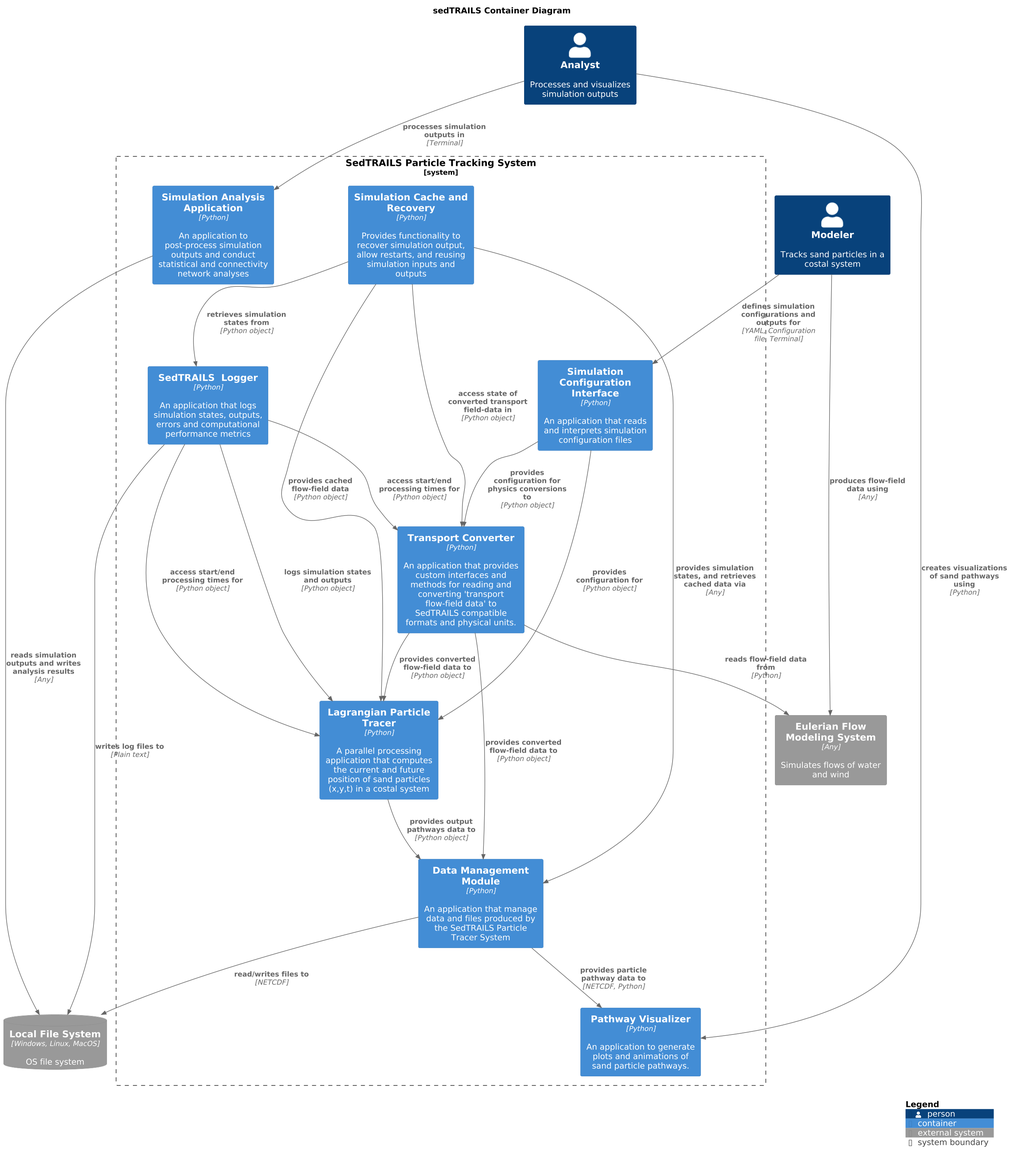
Above: docs/_static/img/architecture/SedtrailContainer.png in sgpearson17/sedtrails-sgp (PlantUML), before the change.
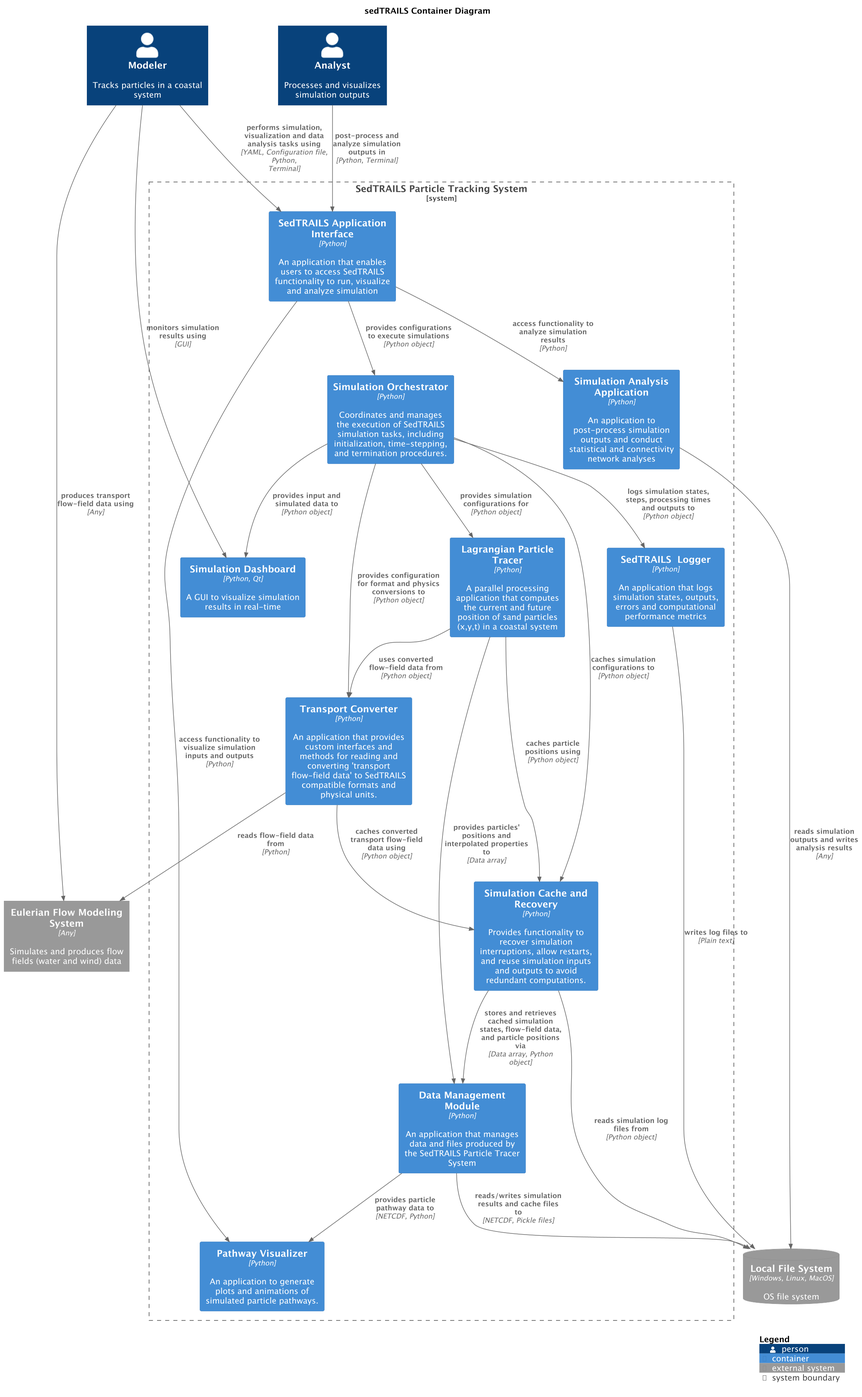
The same diagram one commit later.

What changed in the source:
```diff
@@ -4,47 +4,48 @@
 title sedTRAILS Container Diagram
 scale 1.5
 
-Person(modeler, "Modeler", "Tracks sand particles in a costal system")
+Person(modeler, "Modeler", "Tracks particles in a coastal system")
 Person(analyst, "Analyst", "Processes and visualizes simulation outputs")
 
 System_Boundary(sedtrailsSystem, "SedTRAILS Particle Tracking System"){
-    Container(sedtrailsTracer, "Lagrangian Particle Tracer", "Python", "A parallel processing application that computes the current and future position of sand particles (x,y,t) in a costal system")
-    Container(configInterface, "Simulation Configuration Interface", "Python", "An application that reads and interprets simulation configuration files")
+    Container(sedtrailsTracer, "Lagrangian Particle Tracer", "Python", "A parallel processing application that computes the current and future position of sand particles (x,y,t) in a coastal system")
+    Container(simOrchestrator, "Simulation Orchestrator", "Python", "Coordinates and manages the execution of SedTRAILS simulation tasks, including initialization, time-stepping, and termination procedures.")
+    Container(simulationDashboard, "Simulation Dashboard", "Python, Qt", "A GUI to visualize simulation results in real-time")
+    Container(sedtrailsInterface, "SedTRAILS Application Interface", "Python", "An application that enables users to access SedTRAILS functionality to run, visualize and analyze simulation")
     Container(sedtrailsLogger, "SedTRAILS  Logger", "Python", "An application that logs simulation states, outputs, errors and computational performance metrics")
     Container(transportConverter, "Transport Converter", "Python", "An application that provides custom interfaces and methods for reading and converting 'transport flow-field data' to SedTRAILS compatible formats and physical units.")
-    Container(pathwayVisualizer, "Pathway Visualizer", "Python", "An application to generate plots and animations of sand particle pathways.")
-    Container(cache, "Simulation Cache and Recovery", "Python", "Provides functionality to recover simulation output, allow restarts, and reusing simulation inputs and outputs")
-    Container(dataManager, "Data Management Module", "Python", "An application that manage data and files produced by the SedTRAILS Particle Tracer System")
+    Container(pathwayVisualizer, "Pathway Visualizer", "Python", "An application to generate plots and animations of  simulated particle pathways.")
+    Container(cache, "Simulation Cache and Recovery", "Python", "Provides functionality to recover simulation interruptions, allow restarts, and reuse simulation inputs and outputs to avoid redundant computations.")
+    Container(dataManager, "Data Management Module", "Python", "An application that manages data and files produced by the SedTRAILS Particle Tracer System")
     Container(analystApp, "Simulation Analysis Application", "Python", "An application to post-process simulation outputs and conduct statistical and connectivity network analyses")
+    Rel(sedtrailsInterface, simOrchestrator, "provides configurations to execute simulations", "Python object")
 
-    Rel(sedtrailsLogger, transportConverter, "access start/end processing times for", "Python object")
-    Rel(cache, sedtrailsLogger, "retrieves simulation states from", "Python object")
-    Rel(sedtrailsLogger, sedtrailsTracer, "access start/end processing times for", "Python object")
-    Rel(transportConverter, sedtrailsTracer, "provides converted flow-field data to", "Python object")
-    Rel(sedtrailsLogger, sedtrailsTracer, "logs simulation states and outputs", "Python object")
-    Rel(cache, sedtrailsTracer, "provides cached flow-field data", "Python object")
-    Rel(cache, transportConverter, "access state of converted transport field-data in", "Python object")
-    Rel(configInterface, transportConverter, "provides configuration for physics conversions to", "Python object")
-    Rel(configInterface, sedtrailsTracer, "provides configuration for", "Python object")
-    Rel(sedtrailsTracer, dataManager, "provides output pathways data to", "Python object")
-    Rel(transportConverter, dataManager, "provides converted flow-field data to", "Python object")
-    Rel(cache, dataManager, "provides simulation states, and retrieves cached data via", "Any")
+    Rel(simOrchestrator, cache, "caches simulation configurations to", "Python object")
+    Rel(sedtrailsInterface, analystApp, "access functionality to analyze simulation results", "Python")
+    Rel(sedtrailsInterface, pathwayVisualizer, "access functionality to visualize simulation inputs and outputs", "Python")
+    Rel(simOrchestrator, simulationDashboard, "provides input and simulated data to", "Python object")
+    Rel(sedtrailsTracer, transportConverter,  "uses converted flow-field data from", "Python object")
+    Rel(simOrchestrator, sedtrailsLogger,  "logs simulation states, steps, processing times and outputs to", "Python object")
+    Rel(sedtrailsTracer, cache,  "caches particle positions using", "Python object")
+    Rel(simOrchestrator, transportConverter, "provides configuration for format and physics conversions to", "Python object")
+    Rel(simOrchestrator, sedtrailsTracer, "provides simulation configurations for", "Python object")
+    Rel(sedtrailsTracer, dataManager, "provides particles' positions and  interpolated properties to", "Data array")
+    Rel(transportConverter, cache, "caches converted transport flow-field data using", "Python object")
+    Rel(cache, dataManager, "stores and retrieves cached simulation states, flow-field data, and particle positions via", "Data array, Python object" )
     Rel(dataManager, pathwayVisualizer, "provides particle pathway data to", "NETCDF, Python")
 }
-System_Ext(flowSystem, "Eulerian Flow Modeling System", "Simulates flows of water and wind", $type="Any")
 
+System_Ext(flowSystem, "Eulerian Flow Modeling System", "Simulates and produces flow fields (water and wind) data", $type="Any")
 SystemDb_Ext(fileSystem, "Local File System", "OS file system", $type="Windows, Linux, MacOS")
 
-Rel(dataManager, fileSystem, "read/writes files to", "NETCDF")
-Rel(modeler, configInterface, "defines simulation configurations and outputs for", "YAML, Configuration file, Terminal")
-
-Rel(analyst, pathwayVisualizer, "creates visualizations of sand pathways using", "Python")
-Rel(analyst, analystApp, "processes simulation outputs in", "Terminal")
+Rel(dataManager, fileSystem, "reads/writes simulation results and cache files to", "NETCDF, Pickle files")
+Rel(modeler, sedtrailsInterface, "performs simulation, visualization and data analysis tasks using", "YAML, Configuration file, Python, Terminal")
+Rel(cache, fileSystem, "reads simulation log files from", "Python object")
+Rel(analyst, sedtrailsInterface, "post-process and analyze simulation outputs in", "Python, Terminal")
 Rel(analystApp, fileSystem, "reads simulation outputs and writes analysis results", "Any")
-
 Rel(sedtrailsLogger, fileSystem, "writes log files to", "Plain text")
-
-Rel(modeler, flowSystem, "produces flow-field data using", "Any")
+Rel(modeler, flowSystem, "produces transport flow-field data using", "Any")
+Rel(modeler, simulationDashboard, "monitors simulation results using", "GUI")
 Rel(transportConverter, flowSystem, "reads flow-field data from", "Python")
 
 SHOW_LEGEND()
```
